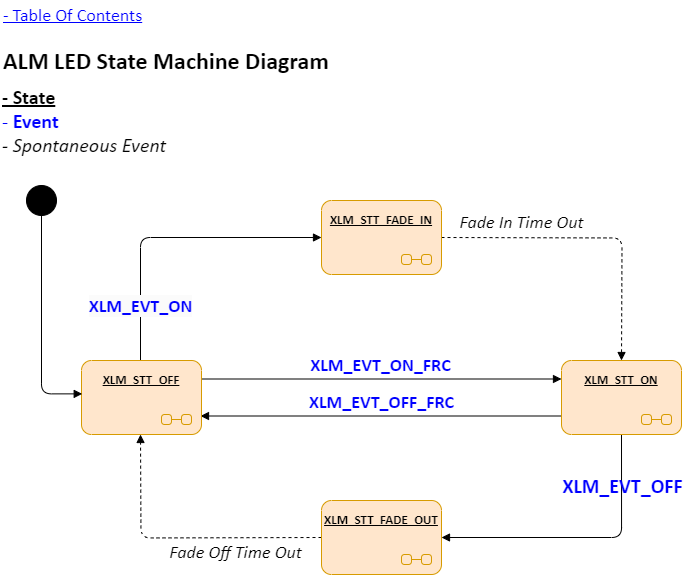
Before: Resources/Part2/Part2_ALM_StateMachineDiagram_XLM.drawio.png, a diagram exported from draw.io (gtuja/CSC_MS). Source tidied: cells renumbered, new cells last; positions are measured from the earlier drawing's top-left corner, leaving out a move shared by most shapes. Source of this version:
```xml
<mxGraphModel>
  <root>
    <mxCell id="0" />
    <mxCell id="1" parent="0" />
    <mxCell id="2" value="&lt;font style=&quot;font-size: 18px;&quot;&gt;&lt;b&gt;&lt;br style=&quot;&quot;&gt;&lt;/b&gt;&lt;/font&gt;&lt;font style=&quot;font-size: 18px;&quot;&gt;&lt;span style=&quot;font-family: Calibri; font-style: normal; font-variant-ligatures: normal; font-variant-caps: normal; letter-spacing: normal; orphans: 2; text-align: left; text-indent: 0px; text-transform: none; widows: 2; word-spacing: 0px; -webkit-text-stroke-width: 0px; white-space: nowrap; background-color: rgb(251, 251, 251); text-decoration-thickness: initial; text-decoration-style: initial; text-decoration-color: initial; float: none; display: inline !important;&quot;&gt;&lt;font style=&quot;font-size: 18px;&quot;&gt;&lt;b&gt;XLM_EVT_ON&lt;/b&gt;&lt;/font&gt;&lt;/span&gt;&lt;br style=&quot;font-size: 21px;&quot;&gt;&lt;/font&gt;" style="html=1;verticalAlign=bottom;labelBackgroundColor=none;endArrow=block;endFill=1;exitX=0.5;exitY=0;exitDx=0;exitDy=0;entryX=0;entryY=0.5;entryDx=0;entryDy=0;edgeStyle=orthogonalEdgeStyle;fontColor=#0000FF;fontFamily=Calibri;fontSize=21;" parent="1" edge="1">
      <mxGeometry x="-0.74" relative="1" as="geometry">
        <mxPoint x="140" y="360" as="sourcePoint" />
        <mxPoint x="321" y="237" as="targetPoint" />
        <Array as="points">
          <mxPoint x="140" y="237" />
        </Array>
      </mxGeometry>
    </mxCell>
    <mxCell id="3" value="&lt;span style=&quot;text-align: left;&quot;&gt;&lt;font style=&quot;font-size: 20px;&quot;&gt;&lt;b&gt;XLM_EVT_OFF&lt;/b&gt;&lt;/font&gt;&lt;/span&gt;" style="html=1;verticalAlign=bottom;labelBackgroundColor=none;endArrow=block;endFill=1;exitX=0.5;exitY=1;exitDx=0;exitDy=0;entryX=1;entryY=0.5;entryDx=0;entryDy=0;edgeStyle=orthogonalEdgeStyle;fontColor=#0000FF;fontFamily=Calibri;fontSize=20;" parent="1" edge="1">
      <mxGeometry x="-0.53" y="1" relative="1" as="geometry">
        <mxPoint x="621" y="434" as="sourcePoint" />
        <mxPoint x="441" y="537" as="targetPoint" />
        <Array as="points">
          <mxPoint x="621" y="537" />
        </Array>
      </mxGeometry>
    </mxCell>
    <mxCell id="4" value="&lt;font style=&quot;font-size: 18px;&quot;&gt;Fade In Time Out&lt;/font&gt;" style="html=1;verticalAlign=bottom;labelBackgroundColor=none;endArrow=block;endFill=1;dashed=1;exitX=1;exitY=0.5;exitDx=0;exitDy=0;entryX=0.5;entryY=0;entryDx=0;entryDy=0;edgeStyle=orthogonalEdgeStyle;fontStyle=2;fontFamily=Calibri;fontSize=20;" parent="1" edge="1">
      <mxGeometry x="-0.47" y="1" relative="1" as="geometry">
        <mxPoint x="441" y="237" as="sourcePoint" />
        <mxPoint x="621" y="360" as="targetPoint" />
      </mxGeometry>
    </mxCell>
    <mxCell id="5" value="&lt;font style=&quot;font-size: 18px;&quot;&gt;Fade Off Time Out&lt;/font&gt;" style="html=1;verticalAlign=bottom;labelBackgroundColor=none;endArrow=block;endFill=1;dashed=1;exitX=0;exitY=0.5;exitDx=0;exitDy=0;entryX=0.5;entryY=1;entryDx=0;entryDy=0;edgeStyle=orthogonalEdgeStyle;fontStyle=2;fontFamily=Calibri;fontSize=20;" parent="1" edge="1">
      <mxGeometry x="-0.39" y="29" relative="1" as="geometry">
        <mxPoint x="321" y="537" as="sourcePoint" />
        <mxPoint x="140" y="434" as="targetPoint" />
      </mxGeometry>
    </mxCell>
    <mxCell id="6" value="&lt;span style=&quot;text-align: left;&quot;&gt;&lt;font style=&quot;font-size: 18px;&quot;&gt;&lt;b&gt;XLM_EVT_ON_FRC&lt;/b&gt;&lt;/font&gt;&lt;/span&gt;" style="html=1;verticalAlign=bottom;labelBackgroundColor=none;endArrow=block;endFill=1;exitX=1;exitY=0.25;exitDx=0;exitDy=0;entryX=0;entryY=0.25;entryDx=0;entryDy=0;fontColor=#0000FF;fontFamily=Calibri;fontSize=20;" parent="1" edge="1">
      <mxGeometry relative="1" as="geometry">
        <mxPoint x="200" y="378.5" as="sourcePoint" />
        <mxPoint x="561" y="378.5" as="targetPoint" />
      </mxGeometry>
    </mxCell>
    <mxCell id="7" value="&lt;span style=&quot;text-align: left;&quot;&gt;&lt;font style=&quot;font-size: 18px;&quot;&gt;&lt;b&gt;XLM_EVT_OFF_FRC&lt;/b&gt;&lt;/font&gt;&lt;/span&gt;" style="html=1;verticalAlign=bottom;labelBackgroundColor=none;endArrow=block;endFill=1;exitX=0;exitY=0.75;exitDx=0;exitDy=0;entryX=1;entryY=0.75;entryDx=0;entryDy=0;fontColor=#0000FF;fontFamily=Calibri;fontSize=20;" parent="1" edge="1">
      <mxGeometry relative="1" as="geometry">
        <mxPoint x="561" y="415.5" as="sourcePoint" />
        <mxPoint x="200" y="415.5" as="targetPoint" />
      </mxGeometry>
    </mxCell>
    <mxCell id="8" value="&lt;div style=&quot;font-size: 20px;&quot;&gt;&lt;b style=&quot;font-size: 20px;&quot;&gt;&lt;u style=&quot;font-size: 20px;&quot;&gt;- State&lt;/u&gt;&lt;/b&gt;&lt;/div&gt;&lt;font style=&quot;font-size: 20px;&quot; color=&quot;#0000ff&quot;&gt;- &lt;b&gt;Event&lt;/b&gt;&lt;/font&gt;&lt;div style=&quot;font-size: 20px;&quot;&gt;&lt;i style=&quot;font-size: 20px;&quot;&gt;- Spontaneous Event&lt;/i&gt;&lt;/div&gt;" style="text;html=1;align=left;verticalAlign=middle;whiteSpace=wrap;rounded=0;fontFamily=Calibri;fontSize=20;" parent="1" vertex="1">
      <mxGeometry y="80" width="221" height="80" as="geometry" />
    </mxCell>
    <mxCell id="9" value="&lt;h1 style=&quot;margin-top: 0px;&quot;&gt;ALM LED State Machine Diagram&lt;/h1&gt;" style="text;html=1;whiteSpace=wrap;overflow=hidden;rounded=0;fontFamily=Calibri;" parent="1" vertex="1">
      <mxGeometry x="1" y="40" width="420" height="40" as="geometry" />
    </mxCell>
    <mxCell id="10" value="- Table Of Contents" style="text;html=1;align=left;verticalAlign=middle;whiteSpace=wrap;rounded=0;fontStyle=4;fontFamily=Calibri;fontSize=18;fontColor=#0000FF;" parent="1" vertex="1">
      <mxGeometry x="1" width="240" height="30" as="geometry" />
    </mxCell>
    <mxCell id="11" value="&lt;span style=&quot;text-align: left; text-wrap: nowrap; text-decoration-line: underline; font-size: 13px;&quot;&gt;XLM_STT_FADE_IN&lt;/span&gt;" style="shape=umlState;rounded=1;verticalAlign=top;spacingTop=5;umlStateSymbol=collapseState;absoluteArcSize=1;arcSize=10;html=1;whiteSpace=wrap;fontFamily=Calibri;fontSize=13;fontStyle=1;fillColor=#ffe6cc;strokeColor=#d79b00;" parent="1" vertex="1">
      <mxGeometry x="321" y="200" width="120" height="74" as="geometry" />
    </mxCell>
    <mxCell id="12" value="&lt;span style=&quot;text-align: left; text-wrap: nowrap; text-decoration-line: underline; font-size: 13px;&quot;&gt;XLM_STT_FADE_OUT&lt;/span&gt;" style="shape=umlState;rounded=1;verticalAlign=top;spacingTop=5;umlStateSymbol=collapseState;absoluteArcSize=1;arcSize=10;html=1;whiteSpace=wrap;fontFamily=Calibri;fontSize=13;fontStyle=1;fillColor=#ffe6cc;strokeColor=#d79b00;" parent="1" vertex="1">
      <mxGeometry x="321" y="500" width="120" height="74" as="geometry" />
    </mxCell>
    <mxCell id="13" value="&lt;span style=&quot;text-align: left; text-wrap: nowrap; text-decoration-line: underline; font-size: 13px;&quot;&gt;XLM_STT_OFF&lt;/span&gt;" style="shape=umlState;rounded=1;verticalAlign=top;spacingTop=5;umlStateSymbol=collapseState;absoluteArcSize=1;arcSize=10;html=1;whiteSpace=wrap;fontFamily=Calibri;fontSize=13;fontStyle=1;fillColor=#ffe6cc;strokeColor=#d79b00;" parent="1" vertex="1">
      <mxGeometry x="81" y="360" width="120" height="74" as="geometry" />
    </mxCell>
    <mxCell id="14" value="&lt;span style=&quot;text-align: left; text-wrap: nowrap; text-decoration-line: underline; font-size: 13px;&quot;&gt;XLM_STT_ON&lt;/span&gt;" style="shape=umlState;rounded=1;verticalAlign=top;spacingTop=5;umlStateSymbol=collapseState;absoluteArcSize=1;arcSize=10;html=1;whiteSpace=wrap;fontFamily=Calibri;fontSize=13;fontStyle=1;fillColor=#ffe6cc;strokeColor=#d79b00;" parent="1" vertex="1">
      <mxGeometry x="561" y="360" width="120" height="74" as="geometry" />
    </mxCell>
    <mxCell id="15" style="ellipse;fillColor=strokeColor;html=1;" parent="1" vertex="1">
      <mxGeometry x="26" y="185" width="30" height="30" as="geometry" />
    </mxCell>
    <mxCell id="16" style="html=1;verticalAlign=bottom;labelBackgroundColor=none;endArrow=block;endFill=1;edgeStyle=elbowEdgeStyle;fontColor=#0000FF;fontFamily=Calibri;fontSize=20;exitX=0.5;exitY=1;exitDx=0;exitDy=0;entryX=0.006;entryY=0.451;entryDx=0;entryDy=0;entryPerimeter=0;" parent="1" edge="1" source="15" target="13">
      <mxGeometry x="-0.88" y="61" relative="1" as="geometry">
        <Array as="points">
          <mxPoint x="41" y="380" />
        </Array>
      </mxGeometry>
    </mxCell>
  </root>
</mxGraphModel>
```
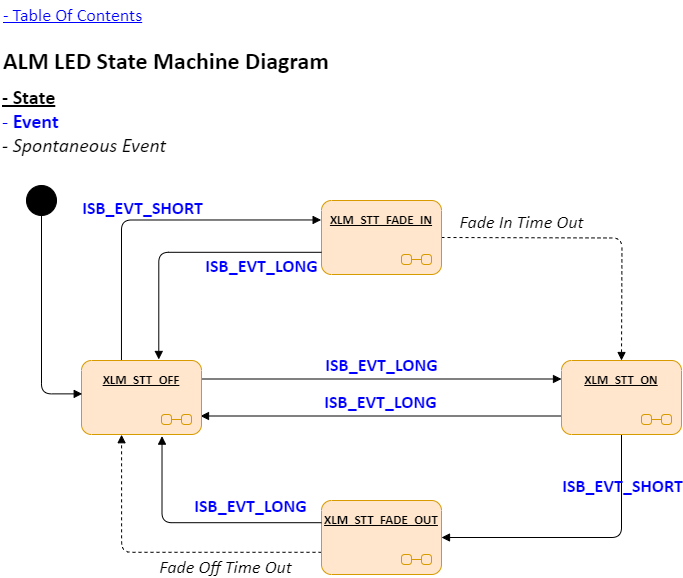
The same file after the commit.

Change to the diagram source:
```diff
@@ -2,16 +2,15 @@
   <root>
     <mxCell id="0" />
     <mxCell id="1" parent="0" />
-    <mxCell id="2" value="&lt;font style=&quot;font-size: 18px;&quot;&gt;&lt;b&gt;&lt;br style=&quot;&quot;&gt;&lt;/b&gt;&lt;/font&gt;&lt;font style=&quot;font-size: 18px;&quot;&gt;&lt;span style=&quot;font-family: Calibri; font-style: normal; font-variant-ligatures: normal; font-variant-caps: normal; letter-spacing: normal; orphans: 2; text-align: left; text-indent: 0px; text-transform: none; widows: 2; word-spacing: 0px; -webkit-text-stroke-width: 0px; white-space: nowrap; background-color: rgb(251, 251, 251); text-decoration-thickness: initial; text-decoration-style: initial; text-decoration-color: initial; float: none; display: inline !important;&quot;&gt;&lt;font style=&quot;font-size: 18px;&quot;&gt;&lt;b&gt;XLM_EVT_ON&lt;/b&gt;&lt;/font&gt;&lt;/span&gt;&lt;br style=&quot;font-size: 21px;&quot;&gt;&lt;/font&gt;" style="html=1;verticalAlign=bottom;labelBackgroundColor=none;endArrow=block;endFill=1;exitX=0.5;exitY=0;exitDx=0;exitDy=0;entryX=0;entryY=0.5;entryDx=0;entryDy=0;edgeStyle=orthogonalEdgeStyle;fontColor=#0000FF;fontFamily=Calibri;fontSize=21;" parent="1" edge="1">
-      <mxGeometry x="-0.74" relative="1" as="geometry">
-        <mxPoint x="140" y="360" as="sourcePoint" />
-        <mxPoint x="321" y="237" as="targetPoint" />
+    <mxCell id="2" value="&lt;font style=&quot;&quot;&gt;&lt;span style=&quot;font-size: 18px;&quot;&gt;&lt;b&gt;ISB_EVT_SHORT&lt;/b&gt;&lt;/span&gt;&lt;br style=&quot;font-size: 21px;&quot;&gt;&lt;/font&gt;" style="html=1;verticalAlign=bottom;labelBackgroundColor=none;endArrow=block;endFill=1;exitX=0.333;exitY=0.006;exitDx=0;exitDy=0;edgeStyle=orthogonalEdgeStyle;fontColor=#0000FF;fontFamily=Calibri;fontSize=21;exitPerimeter=0;entryX=-0.003;entryY=0.263;entryDx=0;entryDy=0;entryPerimeter=0;" parent="1" edge="1" source="13" target="11">
+      <mxGeometry x="-0.05" y="-3" relative="1" as="geometry">
         <Array as="points">
-          <mxPoint x="140" y="237" />
+          <mxPoint x="121" y="220" />
+          <mxPoint x="321" y="220" />
         </Array>
       </mxGeometry>
     </mxCell>
-    <mxCell id="3" value="&lt;span style=&quot;text-align: left;&quot;&gt;&lt;font style=&quot;font-size: 20px;&quot;&gt;&lt;b&gt;XLM_EVT_OFF&lt;/b&gt;&lt;/font&gt;&lt;/span&gt;" style="html=1;verticalAlign=bottom;labelBackgroundColor=none;endArrow=block;endFill=1;exitX=0.5;exitY=1;exitDx=0;exitDy=0;entryX=1;entryY=0.5;entryDx=0;entryDy=0;edgeStyle=orthogonalEdgeStyle;fontColor=#0000FF;fontFamily=Calibri;fontSize=20;" parent="1" edge="1">
+    <mxCell id="3" value="&lt;b style=&quot;font-size: 18px;&quot;&gt;ISB_EVT_SHORT&lt;/b&gt;" style="html=1;verticalAlign=bottom;labelBackgroundColor=none;endArrow=block;endFill=1;exitX=0.5;exitY=1;exitDx=0;exitDy=0;entryX=1;entryY=0.5;entryDx=0;entryDy=0;edgeStyle=orthogonalEdgeStyle;fontColor=#0000FF;fontFamily=Calibri;fontSize=20;" parent="1" edge="1">
       <mxGeometry x="-0.53" y="1" relative="1" as="geometry">
         <mxPoint x="621" y="434" as="sourcePoint" />
         <mxPoint x="441" y="537" as="targetPoint" />
@@ -26,19 +25,16 @@
         <mxPoint x="621" y="360" as="targetPoint" />
       </mxGeometry>
     </mxCell>
-    <mxCell id="5" value="&lt;font style=&quot;font-size: 18px;&quot;&gt;Fade Off Time Out&lt;/font&gt;" style="html=1;verticalAlign=bottom;labelBackgroundColor=none;endArrow=block;endFill=1;dashed=1;exitX=0;exitY=0.5;exitDx=0;exitDy=0;entryX=0.5;entryY=1;entryDx=0;entryDy=0;edgeStyle=orthogonalEdgeStyle;fontStyle=2;fontFamily=Calibri;fontSize=20;" parent="1" edge="1">
-      <mxGeometry x="-0.39" y="29" relative="1" as="geometry">
-        <mxPoint x="321" y="537" as="sourcePoint" />
-        <mxPoint x="140" y="434" as="targetPoint" />
-      </mxGeometry>
+    <mxCell id="5" value="&lt;font style=&quot;font-size: 18px;&quot;&gt;Fade Off Time Out&lt;/font&gt;" style="html=1;verticalAlign=bottom;labelBackgroundColor=none;endArrow=block;endFill=1;dashed=1;exitX=0;exitY=0.7;exitDx=0;exitDy=0;edgeStyle=orthogonalEdgeStyle;fontStyle=2;fontFamily=Calibri;fontSize=20;entryX=0.334;entryY=1.003;entryDx=0;entryDy=0;entryPerimeter=0;" parent="1" edge="1" source="12" target="13">
+      <mxGeometry x="-0.39" y="29" relative="1" as="geometry" />
     </mxCell>
-    <mxCell id="6" value="&lt;span style=&quot;text-align: left;&quot;&gt;&lt;font style=&quot;font-size: 18px;&quot;&gt;&lt;b&gt;XLM_EVT_ON_FRC&lt;/b&gt;&lt;/font&gt;&lt;/span&gt;" style="html=1;verticalAlign=bottom;labelBackgroundColor=none;endArrow=block;endFill=1;exitX=1;exitY=0.25;exitDx=0;exitDy=0;entryX=0;entryY=0.25;entryDx=0;entryDy=0;fontColor=#0000FF;fontFamily=Calibri;fontSize=20;" parent="1" edge="1">
+    <mxCell id="6" value="&lt;div style=&quot;text-align: left;&quot;&gt;&lt;span style=&quot;background-color: initial; font-size: 18px;&quot;&gt;&lt;b&gt;ISB_EVT_LONG&lt;/b&gt;&lt;/span&gt;&lt;/div&gt;" style="html=1;verticalAlign=bottom;labelBackgroundColor=none;endArrow=block;endFill=1;exitX=1;exitY=0.25;exitDx=0;exitDy=0;entryX=0;entryY=0.25;entryDx=0;entryDy=0;fontColor=#0000FF;fontFamily=Calibri;fontSize=20;" parent="1" edge="1">
       <mxGeometry relative="1" as="geometry">
         <mxPoint x="200" y="378.5" as="sourcePoint" />
         <mxPoint x="561" y="378.5" as="targetPoint" />
       </mxGeometry>
     </mxCell>
-    <mxCell id="7" value="&lt;span style=&quot;text-align: left;&quot;&gt;&lt;font style=&quot;font-size: 18px;&quot;&gt;&lt;b&gt;XLM_EVT_OFF_FRC&lt;/b&gt;&lt;/font&gt;&lt;/span&gt;" style="html=1;verticalAlign=bottom;labelBackgroundColor=none;endArrow=block;endFill=1;exitX=0;exitY=0.75;exitDx=0;exitDy=0;entryX=1;entryY=0.75;entryDx=0;entryDy=0;fontColor=#0000FF;fontFamily=Calibri;fontSize=20;" parent="1" edge="1">
+    <mxCell id="7" value="&lt;b style=&quot;font-size: 18px; text-align: left;&quot;&gt;ISB_EVT_LONG&lt;/b&gt;" style="html=1;verticalAlign=bottom;labelBackgroundColor=none;endArrow=block;endFill=1;exitX=0;exitY=0.75;exitDx=0;exitDy=0;entryX=1;entryY=0.75;entryDx=0;entryDy=0;fontColor=#0000FF;fontFamily=Calibri;fontSize=20;" parent="1" edge="1">
       <mxGeometry relative="1" as="geometry">
         <mxPoint x="561" y="415.5" as="sourcePoint" />
         <mxPoint x="200" y="415.5" as="targetPoint" />
@@ -75,5 +71,11 @@
         </Array>
       </mxGeometry>
     </mxCell>
+    <mxCell id="17" value="&lt;b style=&quot;font-size: 18px; text-align: left;&quot;&gt;ISB_EVT_LONG&lt;/b&gt;" style="html=1;verticalAlign=bottom;labelBackgroundColor=none;endArrow=block;endFill=1;exitX=0;exitY=0.3;exitDx=0;exitDy=0;entryX=0.671;entryY=1.022;entryDx=0;entryDy=0;fontColor=#0000FF;fontFamily=Calibri;fontSize=20;entryPerimeter=0;edgeStyle=orthogonalEdgeStyle;" parent="1" edge="1" source="12" target="13">
+      <mxGeometry x="-0.42" y="-2" relative="1" as="geometry" />
+    </mxCell>
+    <mxCell id="18" value="&lt;b style=&quot;font-size: 18px; text-align: left;&quot;&gt;ISB_EVT_LONG&lt;/b&gt;" style="html=1;verticalAlign=bottom;labelBackgroundColor=none;endArrow=block;endFill=1;exitX=0;exitY=0.7;exitDx=0;exitDy=0;entryX=0.644;entryY=-0.014;entryDx=0;entryDy=0;fontColor=#0000FF;fontFamily=Calibri;fontSize=20;entryPerimeter=0;edgeStyle=orthogonalEdgeStyle;" parent="1" edge="1" source="11" target="13">
+      <mxGeometry x="-0.56" y="28" relative="1" as="geometry" />
+    </mxCell>
   </root>
 </mxGraphModel>
```
